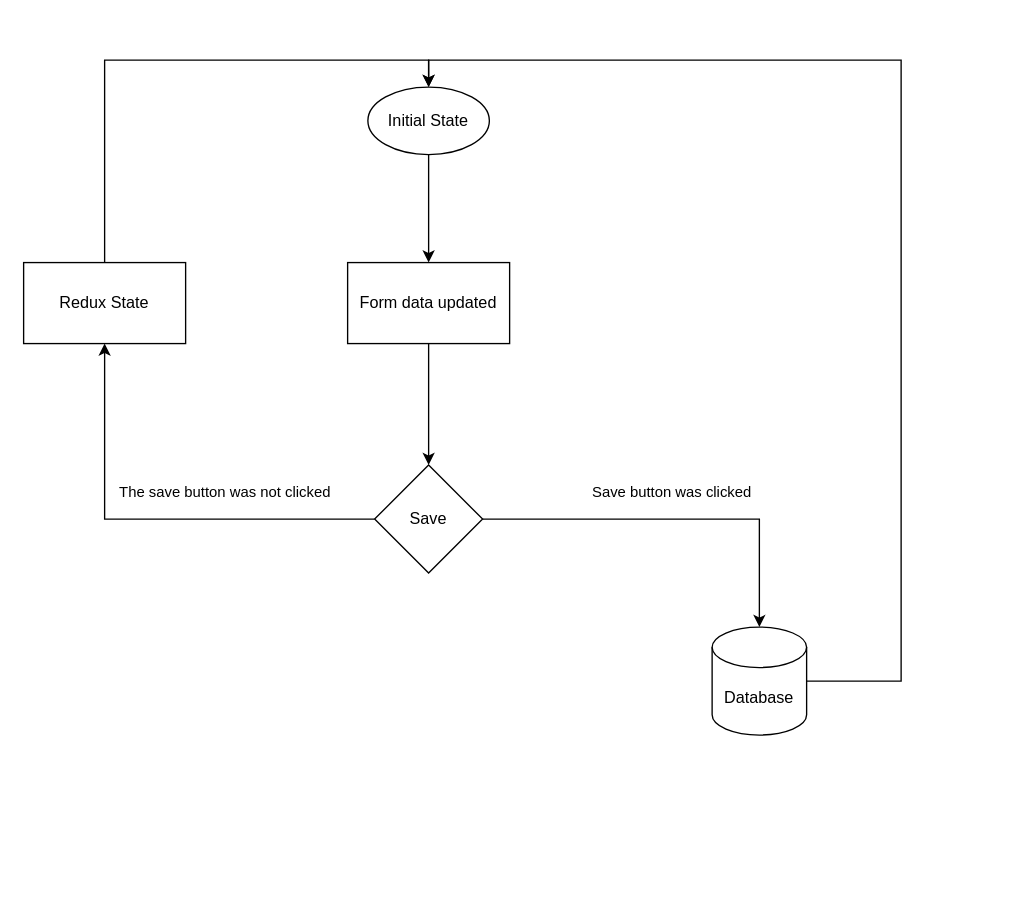
Earlier version of the draw.io diagram Untitled Diagram.drawio (canaryGrapher/ADR-portal). Source tidied: cells renumbered, new cells numbered last; positions are measured from the earlier drawing's top-left corner, leaving out a move shared by most shapes. Both pictures are drawn from the tidied source at 135%, with x=0, y=0 at pixel (23, 59).
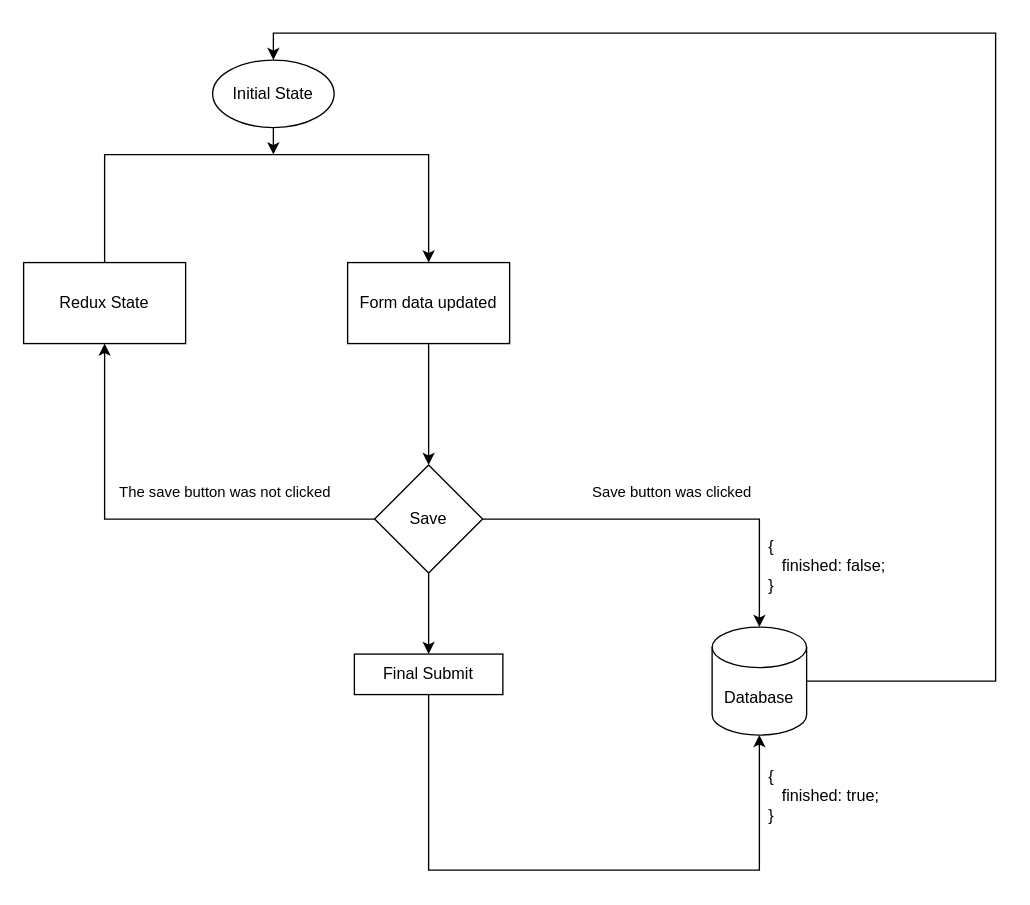
The same page after the edit.

Unchanged cells that the change refers to:
```xml
<mxCell id="3" value="Form data updated" style="rounded=0;whiteSpace=wrap;html=1;" parent="1" vertex="1">
  <mxGeometry x="240" y="150" width="120" height="60" as="geometry" />
</mxCell>
<mxCell id="5" value="Redux State" style="rounded=0;whiteSpace=wrap;html=1;" parent="1" vertex="1">
  <mxGeometry y="150" width="120" height="60" as="geometry" />
</mxCell>
<mxCell id="8" value="Save" style="rhombus;whiteSpace=wrap;html=1;" parent="1" vertex="1">
  <mxGeometry x="260" y="300" width="80" height="80" as="geometry" />
</mxCell>
<mxCell id="10" value="Database" style="shape=cylinder3;whiteSpace=wrap;html=1;boundedLbl=1;backgroundOutline=1;size=15;" parent="1" vertex="1">
  <mxGeometry x="510" y="420" width="70" height="80" as="geometry" />
</mxCell>
```

What changed in the source:
```diff
@@
-    <mxCell id="4" style="edgeStyle=orthogonalEdgeStyle;rounded=0;jettySize=auto;html=1;entryX=0.5;entryY=0;entryDx=0;entryDy=0;" parent="1" edge="1" source="5" target="12">
-      <mxGeometry relative="1" as="geometry">
-        <Array as="points">
-          <mxPoint x="60" />
-          <mxPoint x="300" />
-        </Array>
-      </mxGeometry>
-    </mxCell>
+    <mxCell id="13" style="edgeStyle=orthogonalEdgeStyle;rounded=0;jettySize=auto;html=1;entryX=0.5;entryY=0;entryDx=0;entryDy=0;" parent="1" edge="1" source="5" target="3">
+      <mxGeometry relative="1" as="geometry">
+        <Array as="points">
+          <mxPoint x="60" y="70" />
+          <mxPoint x="300" y="70" />
+        </Array>
+      </mxGeometry>
+    </mxCell>
@@
+    <mxCell id="14" style="edgeStyle=orthogonalEdgeStyle;rounded=0;jettySize=auto;html=1;" parent="1" edge="1" source="8" target="18">
+      <mxGeometry relative="1" as="geometry" />
+    </mxCell>
@@
     <mxCell id="9" style="edgeStyle=orthogonalEdgeStyle;rounded=0;jettySize=auto;html=1;entryX=0.5;entryY=0;entryDx=0;entryDy=0;" parent="1" edge="1" source="10" target="12">
       <mxGeometry relative="1" as="geometry">
         <Array as="points">
-          <mxPoint x="650" y="460" />
-          <mxPoint x="650" />
-          <mxPoint x="300" />
+          <mxPoint x="720" y="460" />
+          <mxPoint x="720" y="-20" />
+          <mxPoint x="185" y="-20" />
         </Array>
       </mxGeometry>
     </mxCell>
@@
-    <mxCell id="11" style="edgeStyle=orthogonalEdgeStyle;rounded=0;jettySize=auto;html=1;entryX=0.5;entryY=0;entryDx=0;entryDy=0;" parent="1" edge="1" source="12" target="3">
-      <mxGeometry relative="1" as="geometry" />
-    </mxCell>
+    <mxCell id="15" style="edgeStyle=orthogonalEdgeStyle;rounded=0;jettySize=auto;html=1;" parent="1" edge="1" source="12">
+      <mxGeometry relative="1" as="geometry">
+        <mxPoint x="185" y="70" as="targetPoint" />
+      </mxGeometry>
+    </mxCell>
     <mxCell id="12" value="Initial State" style="ellipse;whiteSpace=wrap;html=1;" parent="1" vertex="1">
-      <mxGeometry x="255" y="20" width="90" height="50" as="geometry" />
+      <mxGeometry x="140" width="90" height="50" as="geometry" />
     </mxCell>
+    <mxCell id="16" value="{&lt;br&gt;&amp;nbsp; &amp;nbsp;finished: false;&lt;br&gt;}" style="text;html=1;strokeColor=none;fillColor=none;align=left;verticalAlign=middle;whiteSpace=wrap;rounded=0;" parent="1" vertex="1">
+      <mxGeometry x="550" y="360" width="130" height="30" as="geometry" />
+    </mxCell>
+    <mxCell id="17" style="edgeStyle=orthogonalEdgeStyle;rounded=0;jettySize=auto;html=1;entryX=0.5;entryY=1;entryDx=0;entryDy=0;entryPerimeter=0;" parent="1" edge="1" source="18" target="10">
+      <mxGeometry relative="1" as="geometry">
+        <Array as="points">
+          <mxPoint x="300" y="600" />
+          <mxPoint x="545" y="600" />
+        </Array>
+      </mxGeometry>
+    </mxCell>
+    <mxCell id="18" value="Final Submit" style="rounded=0;whiteSpace=wrap;html=1;" parent="1" vertex="1">
+      <mxGeometry x="245" y="440" width="110" height="30" as="geometry" />
+    </mxCell>
+    <mxCell id="19" value="{&lt;br&gt;&amp;nbsp; &amp;nbsp;finished: true;&lt;br&gt;}" style="text;html=1;strokeColor=none;fillColor=none;align=left;verticalAlign=middle;whiteSpace=wrap;rounded=0;" parent="1" vertex="1">
+      <mxGeometry x="550" y="530" width="130" height="30" as="geometry" />
+    </mxCell>
```
